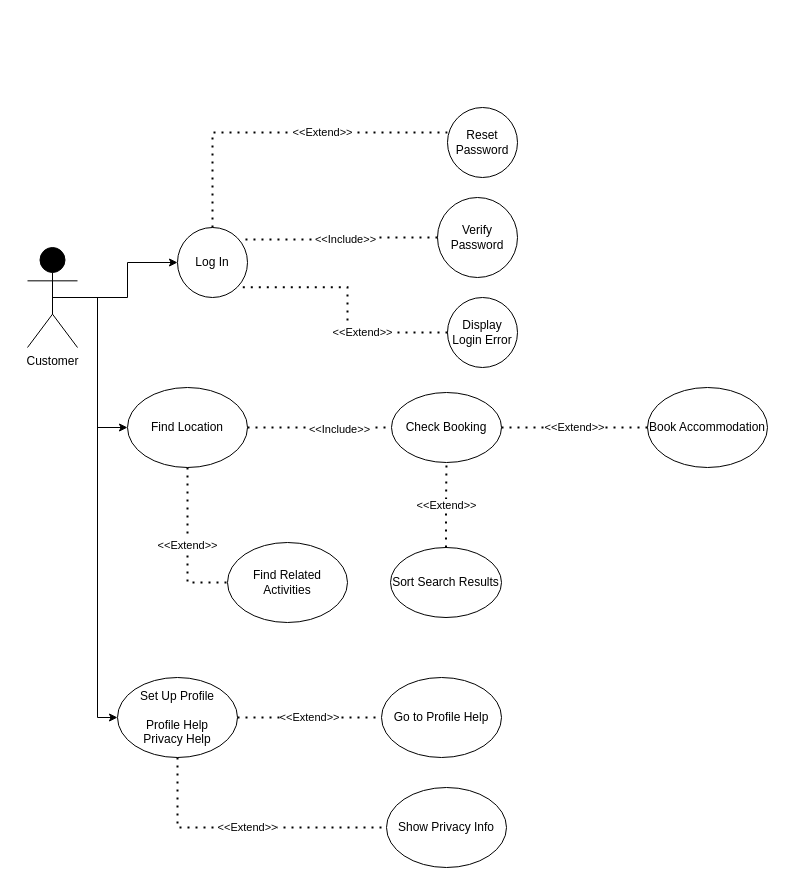
This is Diagrams/Diagrama cazurilor de utilizare.drawio from PetreBogdan55/KarpaticaTravel, a draw.io file, before an edit. Source tidied: cells renumbered, new cells numbered last; positions are measured from the earlier drawing's top-left corner, leaving out a move shared by most shapes. Both pictures are drawn from the tidied source at 100%, with x=0, y=0 at pixel (27, 107).
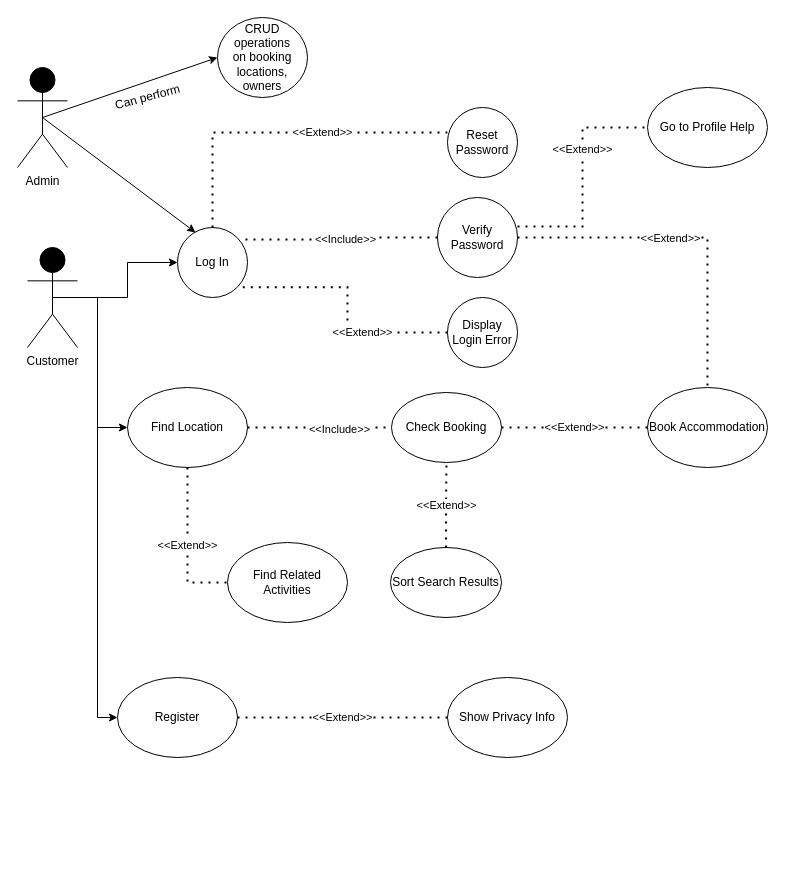
The same page after the edit.

Commit message (it also covers changes not shown here):
Updated use case diagram & removed to-dos.

The change refers to these unchanged cells:
```xml
<mxCell id="6" value="Log In&lt;br&gt;" style="ellipse;whiteSpace=wrap;html=1;fillColor=none;" parent="1" vertex="1">
  <mxGeometry x="150" y="120" width="70" height="70" as="geometry" />
</mxCell>
<mxCell id="7" value="Verify Password" style="ellipse;whiteSpace=wrap;html=1;fillColor=none;" parent="1" vertex="1">
  <mxGeometry x="410" y="90" width="80" height="80" as="geometry" />
</mxCell>
<mxCell id="19" value="Book Accommodation" style="ellipse;whiteSpace=wrap;html=1;fillColor=none;" parent="1" vertex="1">
  <mxGeometry x="620" y="280" width="120" height="80" as="geometry" />
</mxCell>
```

Diff of the diagram source:
```diff
@@
-    <mxCell id="23" value="Set Up Profile&lt;br&gt;&lt;br&gt;Profile Help&lt;br&gt;Privacy Help" style="ellipse;whiteSpace=wrap;html=1;fillColor=none;" parent="1" vertex="1">
+    <mxCell id="23" value="Register" style="ellipse;whiteSpace=wrap;html=1;fillColor=none;" parent="1" vertex="1">
       <mxGeometry x="90" y="570" width="120" height="80" as="geometry" />
     </mxCell>
     <mxCell id="24" value="Go to Profile Help" style="ellipse;whiteSpace=wrap;html=1;fillColor=none;" parent="1" vertex="1">
-      <mxGeometry x="354" y="570" width="120" height="80" as="geometry" />
+      <mxGeometry x="620" y="-20" width="120" height="80" as="geometry" />
     </mxCell>
-    <mxCell id="25" value="&amp;lt;&amp;lt;Extend&amp;gt;&amp;gt;" style="endArrow=none;dashed=1;html=1;dashPattern=1 3;strokeWidth=2;rounded=0;edgeStyle=orthogonalEdgeStyle;exitX=1;exitY=0.5;exitDx=0;exitDy=0;entryX=0;entryY=0.5;entryDx=0;entryDy=0;" parent="1" edge="1" source="23" target="24">
-      <mxGeometry relative="1" as="geometry" />
-    </mxCell>
     <mxCell id="26" value="Show Privacy Info" style="ellipse;whiteSpace=wrap;html=1;fillColor=none;" parent="1" vertex="1">
-      <mxGeometry x="359" y="680" width="120" height="80" as="geometry" />
+      <mxGeometry x="420" y="570" width="120" height="80" as="geometry" />
     </mxCell>
-    <mxCell id="27" value="&amp;lt;&amp;lt;Extend&amp;gt;&amp;gt;" style="endArrow=none;dashed=1;html=1;dashPattern=1 3;strokeWidth=2;rounded=0;edgeStyle=orthogonalEdgeStyle;exitX=0.5;exitY=1;exitDx=0;exitDy=0;entryX=0;entryY=0.5;entryDx=0;entryDy=0;" parent="1" edge="1" source="23" target="26">
-      <mxGeometry relative="1" as="geometry" />
-    </mxCell>
@@
+    <mxCell id="30" value="Admin&lt;br&gt;" style="shape=umlActor;verticalLabelPosition=bottom;verticalAlign=top;html=1;outlineConnect=0;fillColor=#000000;" parent="1" vertex="1">
+      <mxGeometry x="-10" y="-40" width="50" height="100" as="geometry" />
+    </mxCell>
+    <mxCell id="31" style="endArrow=classic;html=1;rounded=0;exitX=0.5;exitY=0.5;exitDx=0;exitDy=0;exitPerimeter=0;entryX=0.257;entryY=0.071;entryDx=0;entryDy=0;entryPerimeter=0;" parent="1" edge="1" source="30" target="6">
+      <mxGeometry relative="1" as="geometry" />
+    </mxCell>
+    <mxCell id="32" value="CRUD operations&lt;br&gt;on booking locations,&lt;br&gt;owners" style="ellipse;whiteSpace=wrap;html=1;fillColor=none;" parent="1" vertex="1">
+      <mxGeometry x="190" y="-90" width="90" height="80" as="geometry" />
+    </mxCell>
+    <mxCell id="33" style="endArrow=classic;html=1;rounded=0;exitX=0.5;exitY=0.5;exitDx=0;exitDy=0;exitPerimeter=0;entryX=0;entryY=0.5;entryDx=0;entryDy=0;" parent="1" edge="1" source="30" target="32">
+      <mxGeometry relative="1" as="geometry" />
+    </mxCell>
+    <mxCell id="34" value="Can perform&lt;br&gt;" style="text;html=1;align=center;verticalAlign=middle;strokeColor=none;fillColor=none;rotation=-15;" parent="1" vertex="1">
+      <mxGeometry x="80" y="-20" width="80" height="20" as="geometry" />
+    </mxCell>
+    <mxCell id="35" style="endArrow=none;dashed=1;html=1;dashPattern=1 3;strokeWidth=2;rounded=0;edgeStyle=orthogonalEdgeStyle;exitX=1;exitY=0.5;exitDx=0;exitDy=0;entryX=0.5;entryY=0;entryDx=0;entryDy=0;" parent="1" edge="1" source="7" target="19">
+      <mxGeometry relative="1" as="geometry" />
+    </mxCell>
+    <mxCell id="36" value="&amp;lt;&amp;lt;Extend&amp;gt;&amp;gt;" style="edgeLabel;html=1;align=center;verticalAlign=middle;" parent="35" vertex="1">
+      <mxGeometry x="-0.29" relative="1" as="geometry">
+        <mxPoint x="31" as="offset" />
+      </mxGeometry>
+    </mxCell>
+    <mxCell id="37" value="&amp;lt;&amp;lt;Extend&amp;gt;&amp;gt;" style="endArrow=none;dashed=1;html=1;dashPattern=1 3;strokeWidth=2;rounded=0;edgeStyle=orthogonalEdgeStyle;exitX=1;exitY=0.363;exitDx=0;exitDy=0;entryX=0;entryY=0.5;entryDx=0;entryDy=0;exitPerimeter=0;" parent="1" edge="1" source="7" target="24">
+      <mxGeometry x="0.24" relative="1" as="geometry" />
+    </mxCell>
+    <mxCell id="25" value="&amp;lt;&amp;lt;Extend&amp;gt;&amp;gt;" style="endArrow=none;dashed=1;html=1;dashPattern=1 3;strokeWidth=2;rounded=0;edgeStyle=orthogonalEdgeStyle;exitX=1;exitY=0.5;exitDx=0;exitDy=0;entryX=0;entryY=0.5;entryDx=0;entryDy=0;" parent="1" edge="1" source="23" target="26">
+      <mxGeometry relative="1" as="geometry" />
+    </mxCell>
```
